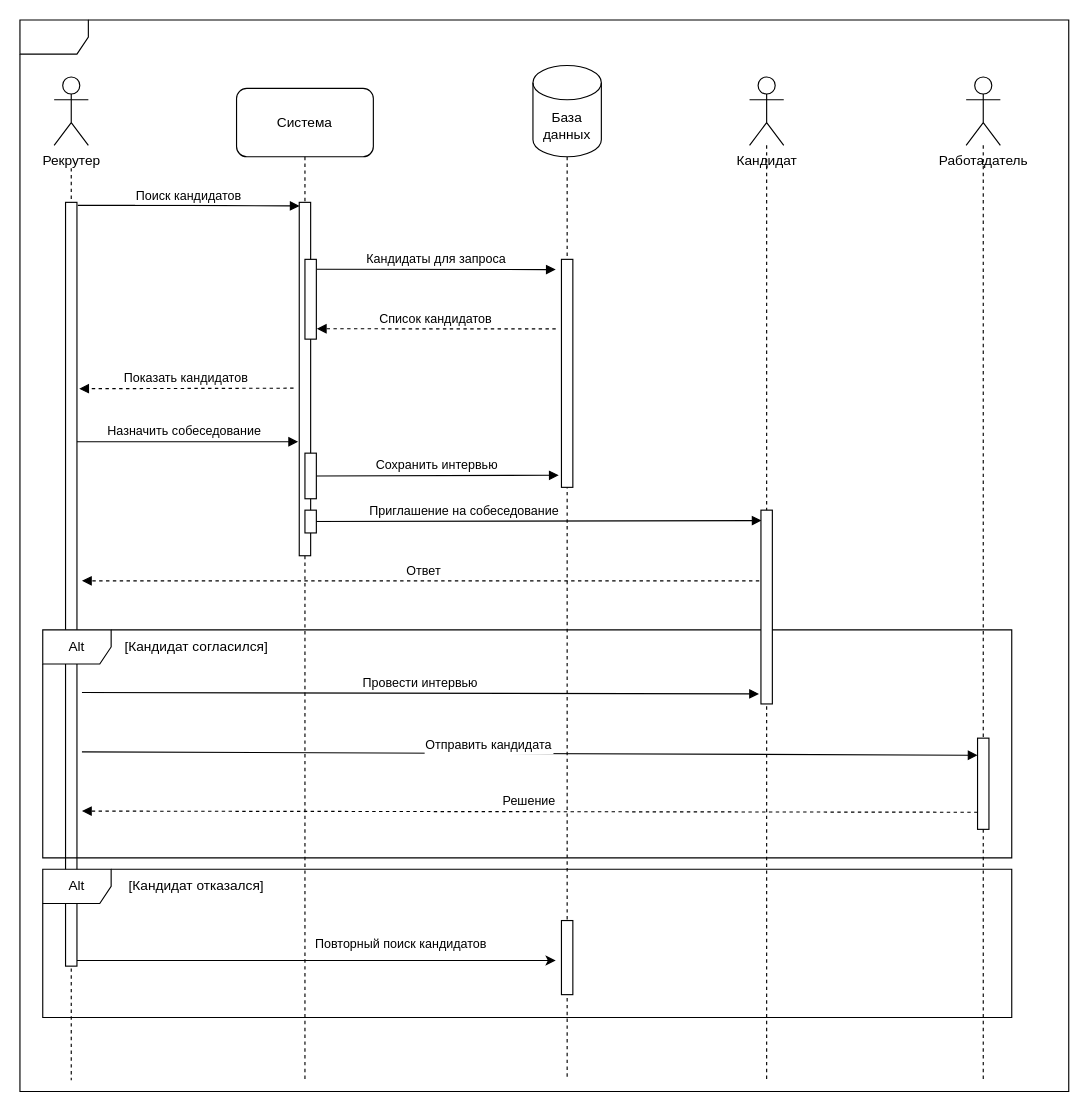
This is Диаграмма_последовательности.drawio from Regdal-cyber/Coursework, a draw.io file, before an edit. Source tidied: cells renumbered, new cells numbered last; positions are measured from the earlier drawing's top-left corner, leaving out a move shared by most shapes. Both pictures are drawn from the tidied source at 114%, with x=0, y=0 at pixel (19, 19).
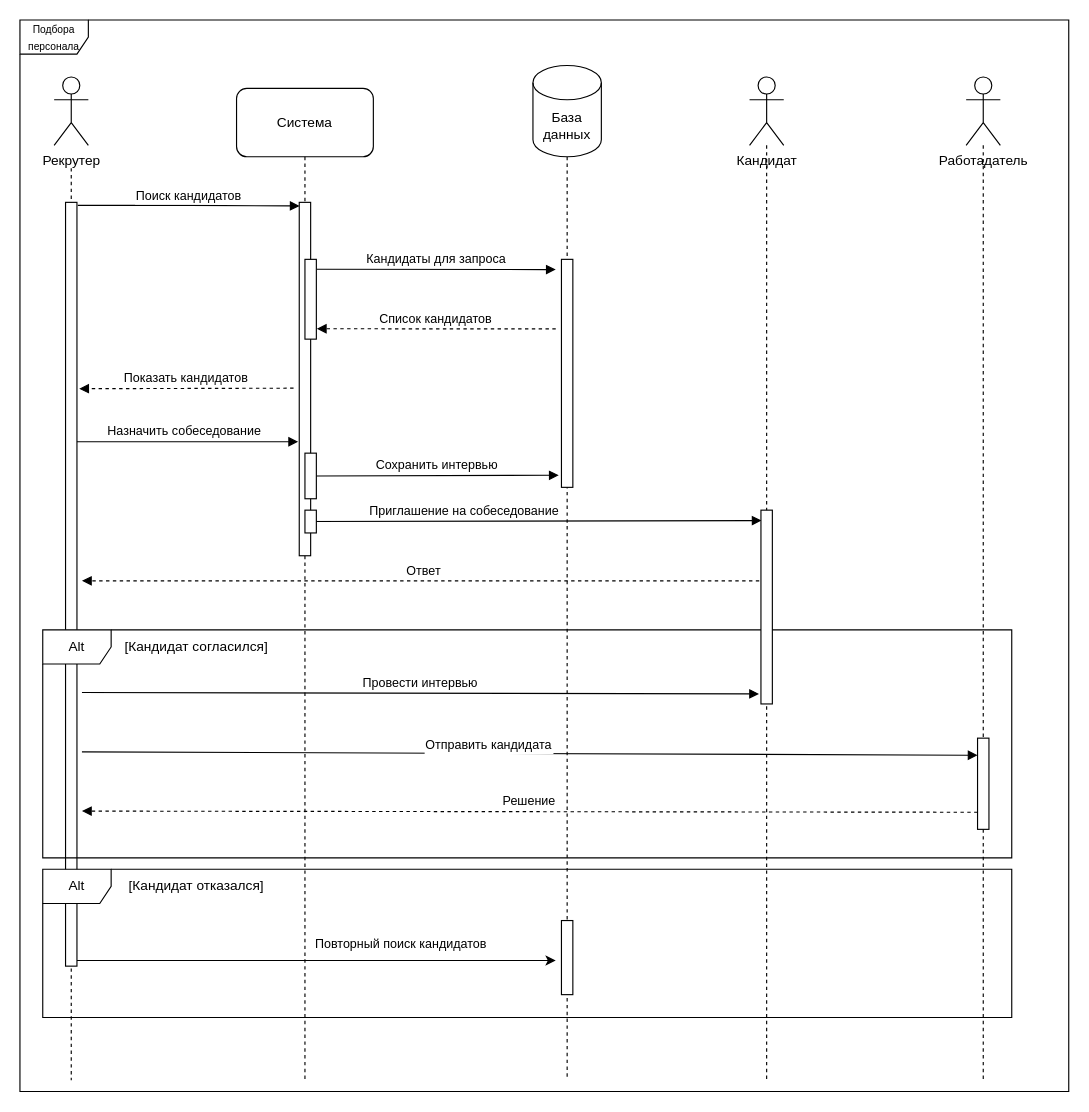
Above is the later version.

The edit, as a diff of the source:
```diff
@@
-    <mxCell id="26" style="shape=umlFrame;whiteSpace=wrap;html=1;" parent="1" vertex="1">
+    <mxCell id="26" value="&lt;font style=&quot;font-size: 9px;&quot;&gt;Подбора персонала&lt;/font&gt;" style="shape=umlFrame;whiteSpace=wrap;html=1;" parent="1" vertex="1">
       <mxGeometry width="920" height="940" as="geometry" />
     </mxCell>
```
